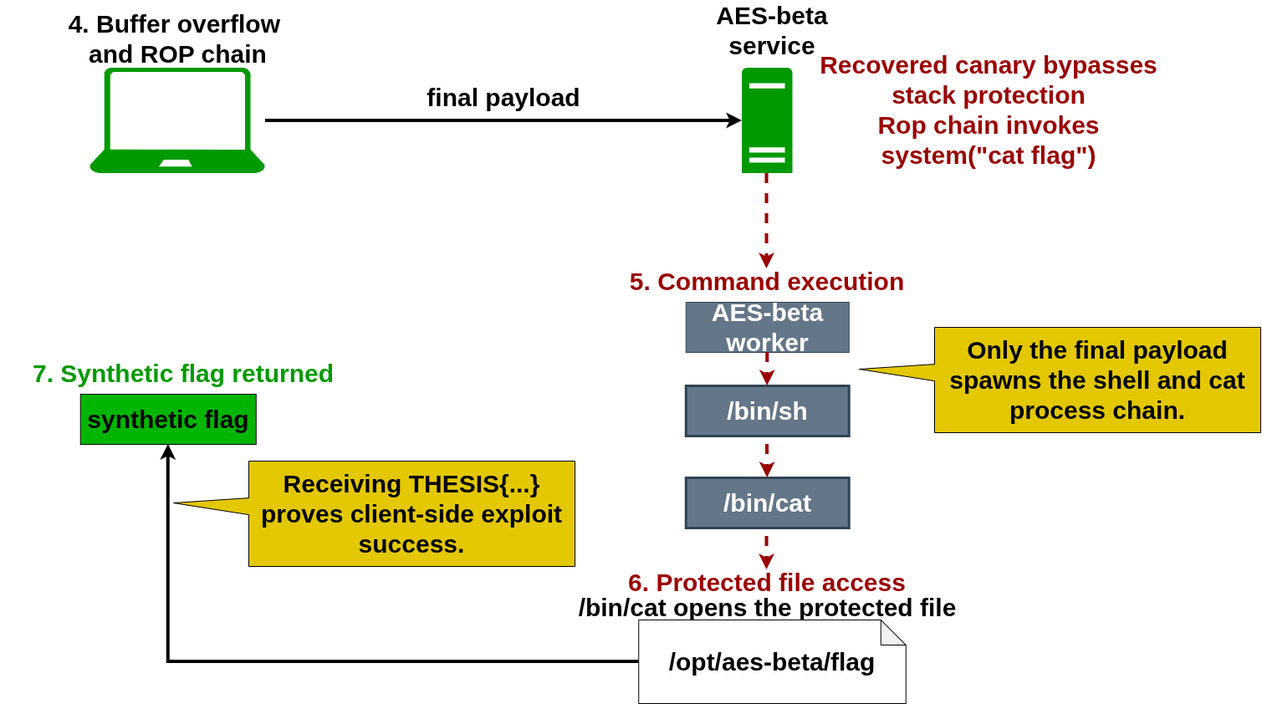
Earlier version of the draw.io export figures/chapter6/ctf_exploitation_flow_II.drawio.png (sroman0/Thesis). Source tidied: cells renumbered, new cells last; positions are measured from the earlier drawing's top-left corner, leaving out a move shared by most shapes.
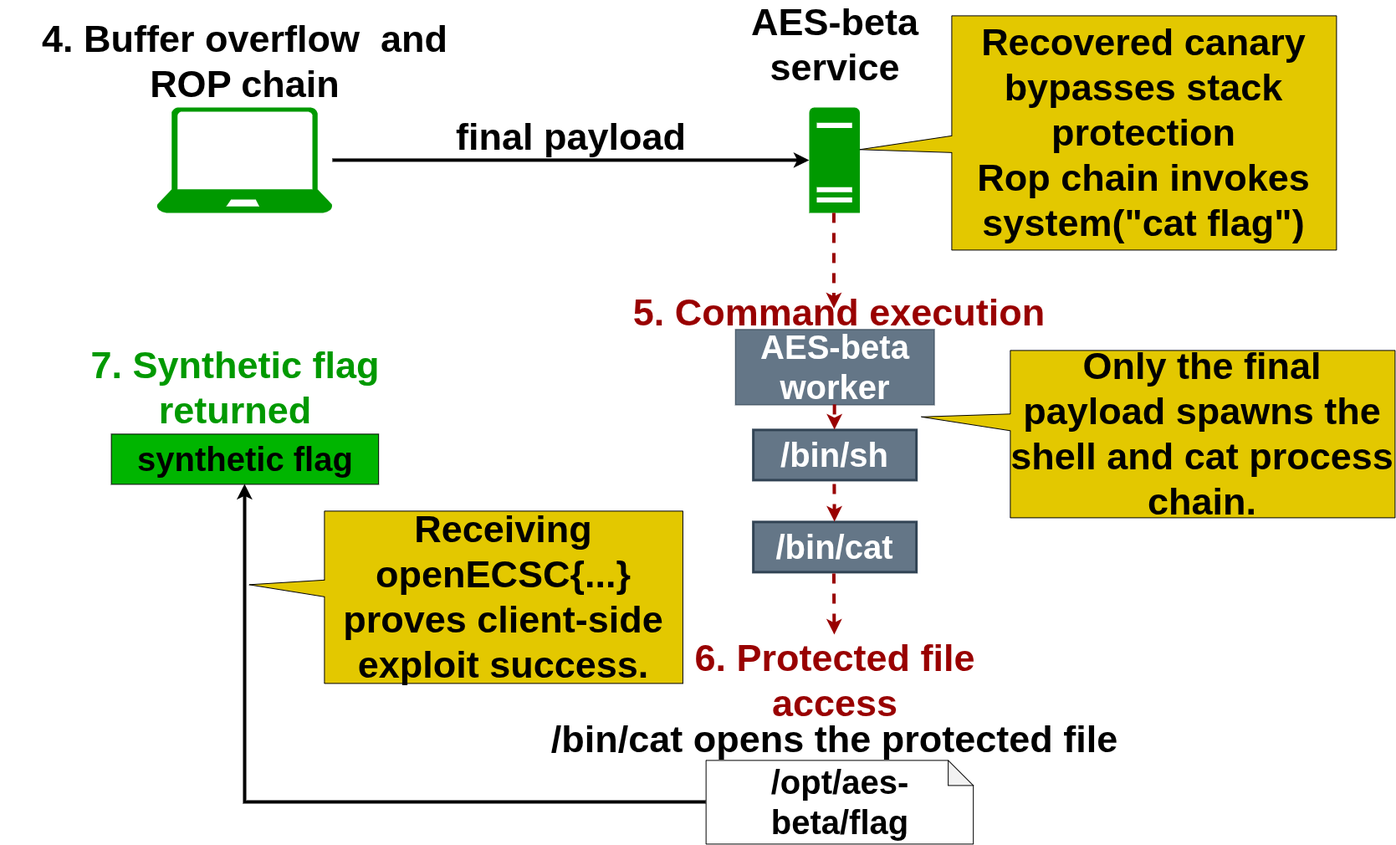
After the commit.

Diff of the diagram source:
```diff
@@ -5,8 +5,8 @@
     <mxCell id="2" style="sketch=0;shadow=0;dashed=0;html=1;strokeColor=none;labelPosition=center;verticalLabelPosition=bottom;verticalAlign=top;align=center;fillColor=#009900;shape=mxgraph.azure.laptop;fontColor=#5AA9E6;" parent="1" vertex="1">
       <mxGeometry x="108" y="60" width="210" height="126" as="geometry" />
     </mxCell>
-    <mxCell id="3" value="&lt;b&gt;&lt;font style=&quot;font-size: 30px; color: rgb(0, 0, 0);&quot;&gt;4. Buffer overflow&amp;nbsp; and ROP chain&lt;/font&gt;&lt;/b&gt;" style="text;html=1;whiteSpace=wrap;strokeColor=none;fillColor=none;align=center;verticalAlign=middle;rounded=0;fontColor=#5AA9E6;" parent="1" vertex="1">
-      <mxGeometry x="50.5" y="10" width="325" height="30" as="geometry" />
+    <mxCell id="3" value="&lt;b&gt;&lt;font style=&quot;color: rgb(0, 0, 0);&quot;&gt;4. Buffer overflow&amp;nbsp; and ROP chain&lt;/font&gt;&lt;/b&gt;" style="text;html=1;whiteSpace=wrap;strokeColor=none;fillColor=none;align=center;verticalAlign=middle;rounded=0;fontColor=#5AA9E6;fontSize=45;" parent="1" vertex="1">
+      <mxGeometry x="-79.5" y="-10" width="585" height="30" as="geometry" />
     </mxCell>
     <mxCell id="4" style="sketch=0;shadow=0;dashed=0;html=1;strokeColor=none;labelPosition=center;verticalLabelPosition=bottom;verticalAlign=top;align=center;fillColor=#009900;shape=mxgraph.mscae.enterprise.server_generic;fontColor=#5AA9E6;" parent="1" vertex="1">
       <mxGeometry x="888" y="60" width="60.5" height="126" as="geometry" />
@@ -14,14 +14,14 @@
     <mxCell id="5" style="edgeStyle=orthogonalEdgeStyle;rounded=0;jettySize=auto;html=1;entryX=0;entryY=0.5;entryDx=0;entryDy=0;entryPerimeter=0;strokeColor=#000000;fontColor=#5AA9E6;fillColor=#FFE45E;strokeWidth=4;" parent="1" edge="1" source="2" target="4">
       <mxGeometry relative="1" as="geometry" />
     </mxCell>
-    <mxCell id="6" value="&lt;b&gt;&lt;font style=&quot;font-size: 30px; color: rgb(0, 0, 0);&quot;&gt;AES-beta&lt;/font&gt;&lt;/b&gt;&lt;div&gt;&lt;b&gt;&lt;font style=&quot;font-size: 30px; color: rgb(0, 0, 0);&quot;&gt;service&lt;/font&gt;&lt;/b&gt;&lt;/div&gt;" style="text;html=1;whiteSpace=wrap;strokeColor=none;fillColor=none;align=center;verticalAlign=middle;rounded=0;fontColor=#5AA9E6;" parent="1" vertex="1">
-      <mxGeometry x="844" width="160" height="30" as="geometry" />
+    <mxCell id="6" value="&lt;b&gt;&lt;font style=&quot;color: rgb(0, 0, 0);&quot;&gt;AES-beta&lt;/font&gt;&lt;/b&gt;&lt;div&gt;&lt;b&gt;&lt;font style=&quot;color: rgb(0, 0, 0);&quot;&gt;service&lt;/font&gt;&lt;/b&gt;&lt;/div&gt;" style="text;html=1;whiteSpace=wrap;strokeColor=none;fillColor=none;align=center;verticalAlign=middle;rounded=0;fontColor=#5AA9E6;fontSize=45;" parent="1" vertex="1">
+      <mxGeometry x="745.2" y="-30" width="346" height="30" as="geometry" />
     </mxCell>
-    <mxCell id="7" value="&lt;b&gt;&lt;font style=&quot;font-size: 30px; color: rgb(0, 0, 0);&quot;&gt;final payload&lt;/font&gt;&lt;/b&gt;" style="text;html=1;whiteSpace=wrap;strokeColor=none;fillColor=none;align=center;verticalAlign=middle;rounded=0;fontColor=#5AA9E6;" parent="1" vertex="1">
-      <mxGeometry x="479" y="80" width="247.5" height="30" as="geometry" />
+    <mxCell id="7" value="&lt;b&gt;&lt;font style=&quot;color: rgb(0, 0, 0);&quot;&gt;final payload&lt;/font&gt;&lt;/b&gt;" style="text;html=1;whiteSpace=wrap;strokeColor=none;fillColor=none;align=center;verticalAlign=middle;rounded=0;fontColor=#5AA9E6;fontSize=45;" parent="1" vertex="1">
+      <mxGeometry x="419" y="80" width="368.5" height="30" as="geometry" />
     </mxCell>
-    <mxCell id="8" value="&lt;font color=&quot;#990000&quot;&gt;&lt;span style=&quot;font-size: 30px;&quot;&gt;&lt;b&gt;5. Command execution&lt;/b&gt;&lt;/span&gt;&lt;/font&gt;" style="text;html=1;whiteSpace=wrap;strokeColor=none;fillColor=none;align=center;verticalAlign=middle;rounded=0;fontColor=#5AA9E6;" parent="1" vertex="1">
-      <mxGeometry x="698.1" y="300" width="440.2" height="30" as="geometry" />
+    <mxCell id="8" value="&lt;font color=&quot;#990000&quot;&gt;&lt;span&gt;&lt;b&gt;5. Command execution&lt;/b&gt;&lt;/span&gt;&lt;/font&gt;" style="text;html=1;whiteSpace=wrap;strokeColor=none;fillColor=none;align=center;verticalAlign=middle;rounded=0;fontColor=#5AA9E6;fontSize=45;" parent="1" vertex="1">
+      <mxGeometry x="638.8" y="290" width="570.4" height="30" as="geometry" />
     </mxCell>
     <mxCell id="9" style="rounded=0;orthogonalLoop=1;jettySize=auto;html=1;strokeColor=#990000;fontColor=#5AA9E6;fillColor=#FFE45E;strokeWidth=4;exitX=0.5;exitY=1;exitDx=0;exitDy=0;dashed=1;exitPerimeter=0;entryX=0.5;entryY=0;entryDx=0;entryDy=0;" parent="1" edge="1">
       <mxGeometry relative="1" as="geometry">
@@ -29,55 +29,55 @@
         <mxPoint x="917.5" y="300" as="targetPoint" />
       </mxGeometry>
     </mxCell>
-    <mxCell id="10" value="&lt;b&gt;&lt;font style=&quot;font-size: 30px;&quot;&gt;AES-beta worker&lt;/font&gt;&lt;/b&gt;" style="rounded=0;whiteSpace=wrap;html=1;strokeColor=#314354;fillColor=#647687;fontColor=#ffffff;" parent="1" vertex="1">
-      <mxGeometry x="820.7" y="340" width="195" height="60" as="geometry" />
+    <mxCell id="10" value="&lt;b&gt;&lt;font&gt;AES-beta worker&lt;/font&gt;&lt;/b&gt;" style="rounded=0;whiteSpace=wrap;html=1;strokeColor=#314354;fillColor=#647687;fontColor=#ffffff;fontSize=40;" parent="1" vertex="1">
+      <mxGeometry x="799.4" y="325" width="237.7" height="90" as="geometry" />
     </mxCell>
-    <mxCell id="11" value="&lt;font&gt;&lt;span style=&quot;font-size: 30px; color: rgb(153, 0, 0);&quot;&gt;&lt;b style=&quot;&quot;&gt;Recovered canary bypasses stack protection&lt;/b&gt;&lt;/span&gt;&lt;/font&gt;&lt;div&gt;&lt;font&gt;&lt;span style=&quot;font-size: 30px; color: rgb(153, 0, 0);&quot;&gt;&lt;b style=&quot;&quot;&gt;Rop chain invokes system(&quot;cat flag&quot;)&lt;/b&gt;&lt;/span&gt;&lt;/font&gt;&lt;/div&gt;" style="text;html=1;whiteSpace=wrap;strokeColor=none;fillColor=none;align=center;verticalAlign=middle;rounded=0;fontColor=#5AA9E6;" parent="1" vertex="1">
-      <mxGeometry x="962.9" y="95" width="440.2" height="30" as="geometry" />
-    </mxCell>
-    <mxCell id="12" value="&lt;b&gt;&lt;font style=&quot;font-size: 30px;&quot;&gt;/bin/sh&lt;/font&gt;&lt;/b&gt;" style="rounded=0;whiteSpace=wrap;html=1;strokeColor=#314354;fillColor=#647687;fontColor=#ffffff;strokeWidth=3;" parent="1" vertex="1">
-      <mxGeometry x="820.7" y="440" width="195" height="60" as="geometry" />
+    <mxCell id="12" value="&lt;b&gt;&lt;font&gt;/bin/sh&lt;/font&gt;&lt;/b&gt;" style="rounded=0;whiteSpace=wrap;html=1;strokeColor=#314354;fillColor=#647687;fontColor=#ffffff;strokeWidth=3;fontSize=40;" parent="1" vertex="1">
+      <mxGeometry x="820.7" y="445" width="195" height="60" as="geometry" />
     </mxCell>
     <mxCell id="13" style="rounded=0;jettySize=auto;html=1;strokeColor=#990000;fontColor=#5AA9E6;fillColor=#FFE45E;strokeWidth=4;exitX=0.5;exitY=1;exitDx=0;exitDy=0;dashed=1;entryX=0.5;entryY=0;entryDx=0;entryDy=0;" parent="1" edge="1" source="10" target="12">
       <mxGeometry relative="1" as="geometry" />
     </mxCell>
-    <mxCell id="14" value="&lt;b&gt;&lt;font style=&quot;font-size: 30px;&quot;&gt;/bin/cat&lt;/font&gt;&lt;/b&gt;" style="rounded=0;whiteSpace=wrap;html=1;strokeColor=#314354;fillColor=#647687;fontColor=#ffffff;strokeWidth=3;" parent="1" vertex="1">
-      <mxGeometry x="820.7" y="550" width="195" height="60" as="geometry" />
+    <mxCell id="14" value="&lt;b&gt;&lt;font&gt;/bin/cat&lt;/font&gt;&lt;/b&gt;" style="rounded=0;whiteSpace=wrap;html=1;strokeColor=#314354;fillColor=#647687;fontColor=#ffffff;strokeWidth=3;fontSize=40;" parent="1" vertex="1">
+      <mxGeometry x="820.7" y="555" width="195" height="60" as="geometry" />
     </mxCell>
     <mxCell id="15" style="rounded=0;jettySize=auto;html=1;strokeColor=#990000;fontColor=#5AA9E6;fillColor=#FFE45E;strokeWidth=4;exitX=0.5;exitY=1;exitDx=0;exitDy=0;dashed=1;entryX=0.5;entryY=0;entryDx=0;entryDy=0;" parent="1" edge="1" target="14">
       <mxGeometry relative="1" as="geometry">
         <mxPoint x="918" y="510" as="sourcePoint" />
       </mxGeometry>
     </mxCell>
-    <mxCell id="16" value="&lt;span style=&quot;color: light-dark(rgb(0, 0, 0), rgb(0, 0, 0));&quot;&gt;&lt;b&gt;&lt;font style=&quot;font-size: 30px;&quot;&gt;Only the final payload spawns the shell and cat process chain.&lt;/font&gt;&lt;/b&gt;&lt;/span&gt;" style="shape=wedgeCallout;whiteSpace=wrap;html=1;tipX=-0.731;tipY=-0.103;fillColor=light-dark(#E3C800,#FFFF00);fontColor=#000000;strokeColor=light-dark(#000000,#000000);" parent="1" vertex="1">
-      <mxGeometry x="1118" y="370" width="390" height="126" as="geometry" />
+    <mxCell id="16" value="&lt;span style=&quot;color: light-dark(rgb(0, 0, 0), rgb(0, 0, 0));&quot;&gt;&lt;b&gt;&lt;font&gt;Only the final payload spawns the shell and cat process chain.&lt;/font&gt;&lt;/b&gt;&lt;/span&gt;" style="shape=wedgeCallout;whiteSpace=wrap;html=1;tipX=-0.731;tipY=-0.103;fillColor=light-dark(#E3C800,#FFFF00);fontColor=#000000;strokeColor=light-dark(#000000,#000000);fontSize=45;" parent="1" vertex="1">
+      <mxGeometry x="1128" y="350" width="460" height="200" as="geometry" />
     </mxCell>
-    <mxCell id="17" style="rounded=0;orthogonalLoop=1;jettySize=auto;html=1;strokeColor=#990000;fontColor=#5AA9E6;fillColor=#FFE45E;strokeWidth=4;exitX=0.5;exitY=1;exitDx=0;exitDy=0;dashed=1;entryX=0.5;entryY=0;entryDx=0;entryDy=0;" parent="1" edge="1">
+    <mxCell id="17" style="rounded=0;orthogonalLoop=1;jettySize=auto;html=1;strokeColor=#990000;fontColor=#5AA9E6;fillColor=#FFE45E;strokeWidth=4;exitX=0.5;exitY=1;exitDx=0;exitDy=0;dashed=1;" parent="1" edge="1">
       <mxGeometry relative="1" as="geometry">
-        <mxPoint x="917.5" y="620" as="sourcePoint" />
-        <mxPoint x="917.5" y="660" as="targetPoint" />
+        <mxPoint x="917.5" y="617" as="sourcePoint" />
+        <mxPoint x="918" y="690" as="targetPoint" />
       </mxGeometry>
     </mxCell>
-    <mxCell id="18" value="&lt;font color=&quot;#990000&quot;&gt;&lt;span style=&quot;font-size: 30px;&quot;&gt;&lt;b&gt;6. Protected file access&lt;/b&gt;&lt;/span&gt;&lt;/font&gt;" style="text;html=1;whiteSpace=wrap;strokeColor=none;fillColor=none;align=center;verticalAlign=middle;rounded=0;fontColor=#5AA9E6;" parent="1" vertex="1">
-      <mxGeometry x="698.1" y="660" width="440.2" height="30" as="geometry" />
+    <mxCell id="18" value="&lt;font color=&quot;#990000&quot;&gt;&lt;span&gt;&lt;b&gt;6. Protected file access&lt;/b&gt;&lt;/span&gt;&lt;/font&gt;" style="text;html=1;whiteSpace=wrap;strokeColor=none;fillColor=none;align=center;verticalAlign=middle;rounded=0;fontColor=#5AA9E6;fontSize=45;" parent="1" vertex="1">
+      <mxGeometry x="680.4" y="730" width="475.8" height="30" as="geometry" />
     </mxCell>
-    <mxCell id="19" value="&lt;b&gt;&lt;font style=&quot;font-size: 30px; color: rgb(0, 0, 0);&quot;&gt;/bin/cat opens the protected file&lt;/font&gt;&lt;/b&gt;" style="text;html=1;whiteSpace=wrap;strokeColor=none;fillColor=none;align=center;verticalAlign=middle;rounded=0;fontColor=#5AA9E6;" parent="1" vertex="1">
-      <mxGeometry x="672.7" y="690" width="491" height="30" as="geometry" />
+    <mxCell id="19" value="&lt;b&gt;&lt;font style=&quot;color: rgb(0, 0, 0);&quot;&gt;/bin/cat opens the protected file&lt;/font&gt;&lt;/b&gt;" style="text;html=1;whiteSpace=wrap;strokeColor=none;fillColor=none;align=center;verticalAlign=middle;rounded=0;fontColor=#5AA9E6;fontSize=45;" parent="1" vertex="1">
+      <mxGeometry x="528.5" y="800" width="779.5" height="30" as="geometry" />
     </mxCell>
-    <mxCell id="20" value="&lt;b&gt;&lt;font style=&quot;font-size: 30px;&quot;&gt;/opt/aes-beta/flag&lt;/font&gt;&lt;/b&gt;" style="shape=note;whiteSpace=wrap;html=1;backgroundOutline=1;darkOpacity=0.05;" parent="1" vertex="1">
-      <mxGeometry x="764.2" y="720" width="319.5" height="100" as="geometry" />
+    <mxCell id="20" value="&lt;b&gt;&lt;font style=&quot;font-size: 40px;&quot;&gt;/opt/aes-beta/flag&lt;/font&gt;&lt;/b&gt;" style="shape=note;whiteSpace=wrap;html=1;backgroundOutline=1;darkOpacity=0.05;" parent="1" vertex="1">
+      <mxGeometry x="764.2" y="840" width="319.5" height="100" as="geometry" />
     </mxCell>
     <mxCell id="21" style="edgeStyle=orthogonalEdgeStyle;rounded=0;jettySize=auto;html=1;strokeColor=#000000;fontColor=#5AA9E6;fillColor=#FFE45E;strokeWidth=4;exitX=0;exitY=0.5;exitDx=0;exitDy=0;exitPerimeter=0;" parent="1" edge="1" source="20" target="22">
       <mxGeometry relative="1" as="geometry" />
     </mxCell>
-    <mxCell id="22" value="&lt;font style=&quot;font-size: 30px;&quot;&gt;&lt;b&gt;synthetic flag&lt;/b&gt;&lt;/font&gt;" style="rounded=0;whiteSpace=wrap;html=1;fillColor=#00B500;" parent="1" vertex="1">
-      <mxGeometry x="96.8" y="450" width="210" height="60" as="geometry" />
+    <mxCell id="22" value="&lt;font&gt;&lt;b&gt;synthetic flag&lt;/b&gt;&lt;/font&gt;" style="rounded=0;whiteSpace=wrap;html=1;fillColor=#00B500;fontSize=40;" parent="1" vertex="1">
+      <mxGeometry x="53.2" y="450" width="319.5" height="60" as="geometry" />
     </mxCell>
-    <mxCell id="23" value="&lt;font&gt;&lt;span style=&quot;font-size: 30px; color: rgb(0, 153, 0);&quot;&gt;&lt;b style=&quot;&quot;&gt;7. Synthetic flag returned&lt;/b&gt;&lt;/span&gt;&lt;/font&gt;" style="text;html=1;whiteSpace=wrap;strokeColor=none;fillColor=none;align=center;verticalAlign=middle;rounded=0;fontColor=#5AA9E6;" parent="1" vertex="1">
-      <mxGeometry x="0.4" y="410" width="440.2" height="30" as="geometry" />
+    <mxCell id="23" value="&lt;font&gt;&lt;span style=&quot;color: rgb(0, 153, 0);&quot;&gt;&lt;b&gt;7. Synthetic flag returned&lt;/b&gt;&lt;/span&gt;&lt;/font&gt;" style="text;html=1;whiteSpace=wrap;strokeColor=none;fillColor=none;align=center;verticalAlign=middle;rounded=0;fontColor=#5AA9E6;fontSize=45;" parent="1" vertex="1">
+      <mxGeometry x="-18.4" y="380" width="440.2" height="30" as="geometry" />
     </mxCell>
-    <mxCell id="24" value="&lt;span style=&quot;color: light-dark(rgb(0, 0, 0), rgb(0, 0, 0));&quot;&gt;&lt;b&gt;&lt;font style=&quot;font-size: 30px;&quot;&gt;Receiving THESIS{...} proves client-side exploit success.&lt;/font&gt;&lt;/b&gt;&lt;/span&gt;" style="shape=wedgeCallout;whiteSpace=wrap;html=1;tipX=-0.731;tipY=-0.103;fillColor=light-dark(#E3C800,#FFFF00);fontColor=#000000;strokeColor=light-dark(#000000,#000000);" parent="1" vertex="1">
-      <mxGeometry x="298" y="530" width="390" height="126" as="geometry" />
+    <mxCell id="24" value="&lt;font style=&quot;&quot;&gt;&lt;b style=&quot;color: light-dark(rgb(0, 0, 0), rgb(0, 0, 0));&quot;&gt;Receiving &lt;/b&gt;&lt;b&gt;openECSC&lt;/b&gt;&lt;b style=&quot;color: light-dark(rgb(0, 0, 0), rgb(0, 0, 0));&quot;&gt;{...} proves client-side exploit success.&lt;/b&gt;&lt;/font&gt;" style="shape=wedgeCallout;whiteSpace=wrap;html=1;tipX=-0.71;tipY=-0.073;fillColor=light-dark(#E3C800,#FFFF00);fontColor=#000000;strokeColor=light-dark(#000000,#000000);fontSize=45;" parent="1" vertex="1">
+      <mxGeometry x="308" y="542" width="428.5" height="206" as="geometry" />
     </mxCell>
+    <mxCell id="11" value="&lt;font&gt;&lt;span style=&quot;color: light-dark(rgb(0, 0, 0), rgb(0, 0, 0));&quot;&gt;&lt;b&gt;Recovered canary bypasses stack protection&lt;/b&gt;&lt;/span&gt;&lt;/font&gt;&lt;div&gt;&lt;span style=&quot;color: light-dark(rgb(0, 0, 0), rgb(0, 0, 0));&quot;&gt;&lt;b&gt;Rop chain invokes system(&quot;cat flag&quot;)&lt;/b&gt;&lt;/span&gt;&lt;/div&gt;" style="shape=wedgeCallout;whiteSpace=wrap;html=1;tipX=-0.739;tipY=0.071;fillColor=light-dark(#E3C800,#FFFF00);fontColor=#000000;strokeColor=light-dark(#000000,#000000);fontSize=45;" parent="1" vertex="1">
+      <mxGeometry x="1058" y="-50" width="460" height="280" as="geometry" />
+    </mxCell>
   </root>
 </mxGraphModel>
```
